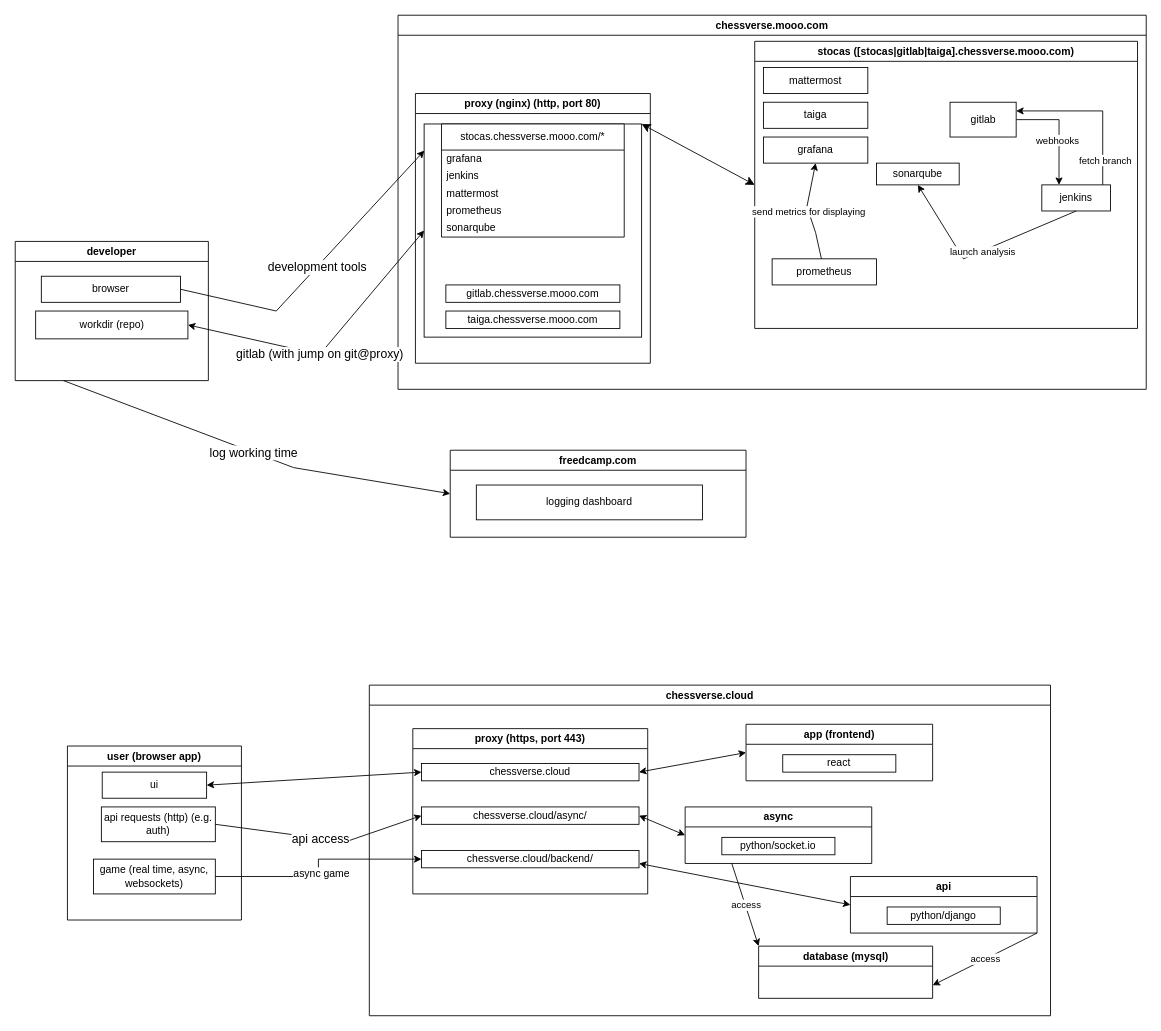
This is doc/infrastructure.drawio from papum20/unibo__projects__ChessVerse, a draw.io file, before an edit. Source tidied: cells renumbered, new cells numbered last; positions are measured from the earlier drawing's top-left corner, leaving out a move shared by most shapes. Both pictures are drawn from the tidied source at 87%, with x=0, y=0 at pixel (15, 15).
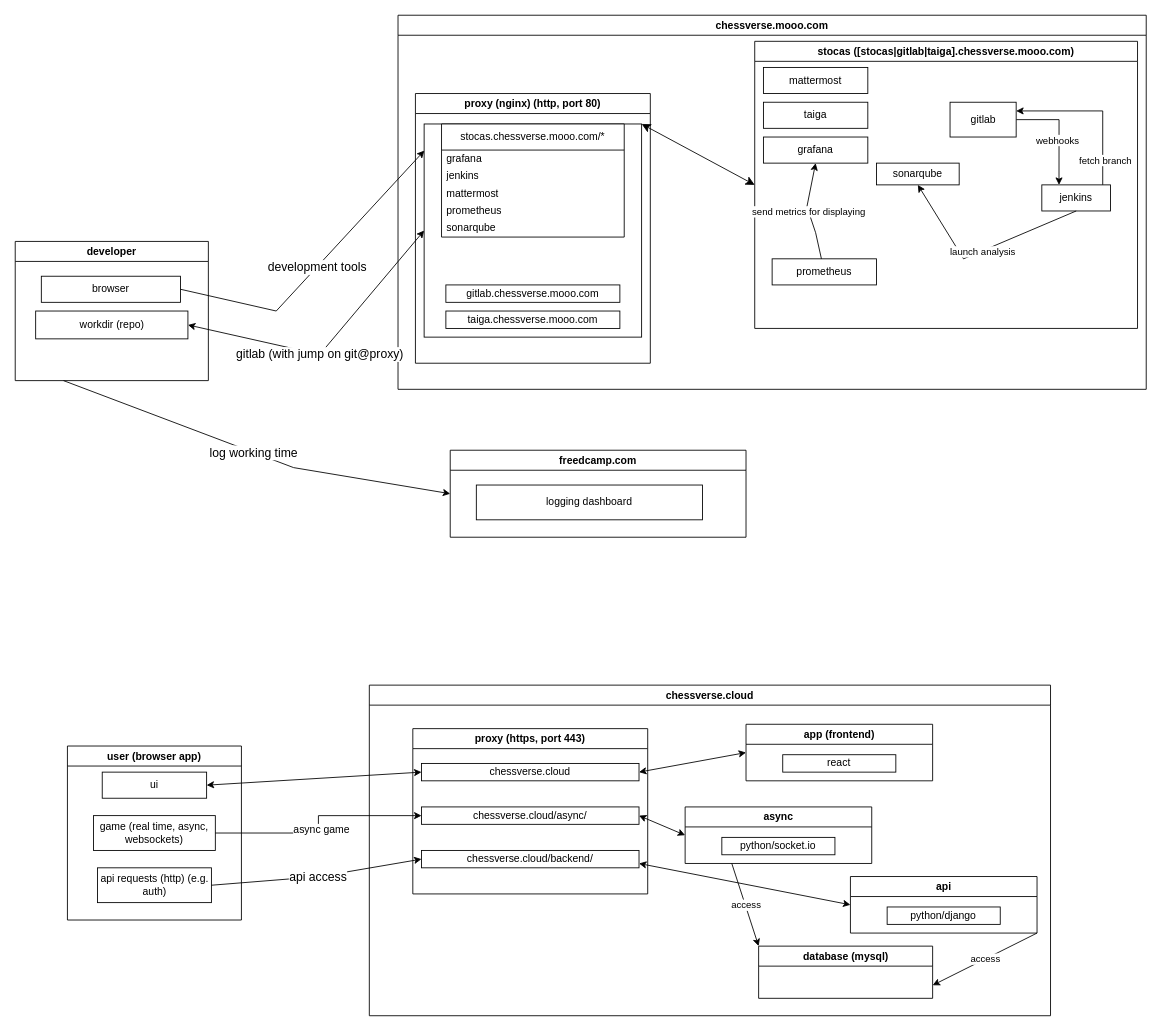
The same page after the edit.

Commit message (it also covers changes not shown here):
fix: drawio infrastructure app

The change refers to these unchanged cells:
```xml
<mxCell id="39" value="user (browser app)" style="swimlane;whiteSpace=wrap;html=1;" parent="1" vertex="1">
  <mxGeometry x="60" y="840" width="200" height="200" as="geometry" />
</mxCell>
<mxCell id="46" value="chessverse.cloud/backend/" style="rounded=0;whiteSpace=wrap;html=1;" parent="44" vertex="1">
  <mxGeometry x="10" y="140" width="250" height="20" as="geometry" />
</mxCell>
<mxCell id="47" value="chessverse.cloud/async/" style="rounded=0;whiteSpace=wrap;html=1;" parent="44" vertex="1">
  <mxGeometry x="10" y="90" width="250" height="20" as="geometry" />
</mxCell>
```

What changed in the source:
```diff
@@
+    <mxCell id="42" value="game (real time, async, websockets)" style="rounded=0;whiteSpace=wrap;html=1;" parent="39" vertex="1">
+      <mxGeometry x="30" y="80" width="140" height="40" as="geometry" />
+    </mxCell>
     <mxCell id="41" value="api requests (http) (e.g. auth)" style="rounded=0;whiteSpace=wrap;html=1;" parent="39" vertex="1">
-      <mxGeometry x="39" y="70" width="131" height="40" as="geometry" />
+      <mxGeometry x="34.5" y="140" width="131" height="40" as="geometry" />
     </mxCell>
-    <mxCell id="42" value="game (real time, async, websockets)" style="rounded=0;whiteSpace=wrap;html=1;" parent="39" vertex="1">
-      <mxGeometry x="30" y="130" width="140" height="40" as="geometry" />
-    </mxCell>
@@
-    <mxCell id="62" style="endArrow=classic;html=1;rounded=0;exitX=1;exitY=0.5;exitDx=0;exitDy=0;entryX=0;entryY=0.5;entryDx=0;entryDy=0;" parent="1" edge="1" source="41" target="47">
+    <mxCell id="62" style="endArrow=classic;html=1;rounded=0;exitX=1;exitY=0.5;exitDx=0;exitDy=0;entryX=0;entryY=0.5;entryDx=0;entryDy=0;" parent="1" edge="1" source="41" target="46">
       <mxGeometry relative="1" as="geometry">
         <Array as="points">
-          <mxPoint x="380" y="950" />
+          <mxPoint x="350" y="990" />
         </Array>
       </mxGeometry>
     </mxCell>
@@
-    <mxCell id="64" style="edgeStyle=orthogonalEdgeStyle;rounded=0;jettySize=auto;html=1;exitX=1;exitY=0.5;exitDx=0;exitDy=0;entryX=0;entryY=0.5;entryDx=0;entryDy=0;" parent="1" edge="1" source="42" target="46">
+    <mxCell id="64" style="edgeStyle=orthogonalEdgeStyle;rounded=0;jettySize=auto;html=1;exitX=1;exitY=0.5;exitDx=0;exitDy=0;entryX=0;entryY=0.5;entryDx=0;entryDy=0;" parent="1" edge="1" source="42" target="47">
       <mxGeometry relative="1" as="geometry" />
     </mxCell>
```
